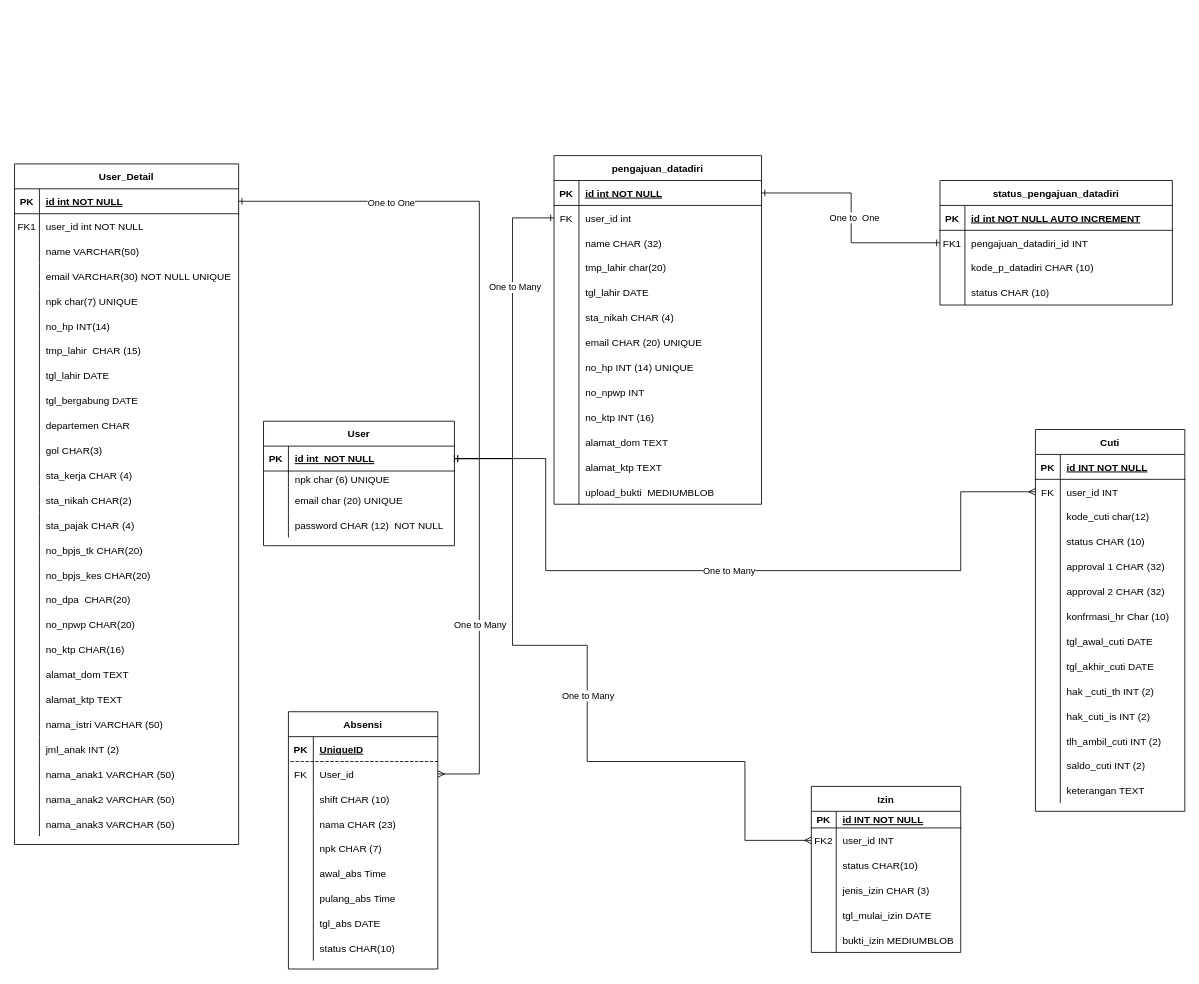
The draw.io diagram page "ERD" (1 of 6) of ERDS1AR/ERD S1AR.drawio in magang-aiia/ERD-Diagram, before the edit. Source tidied: cells renumbered, new cells numbered last; positions are measured from the earlier drawing's top-left corner, leaving out a move shared by most shapes. Both pictures are drawn from the tidied source at 83%, with x=0, y=0 at pixel (14, 155).
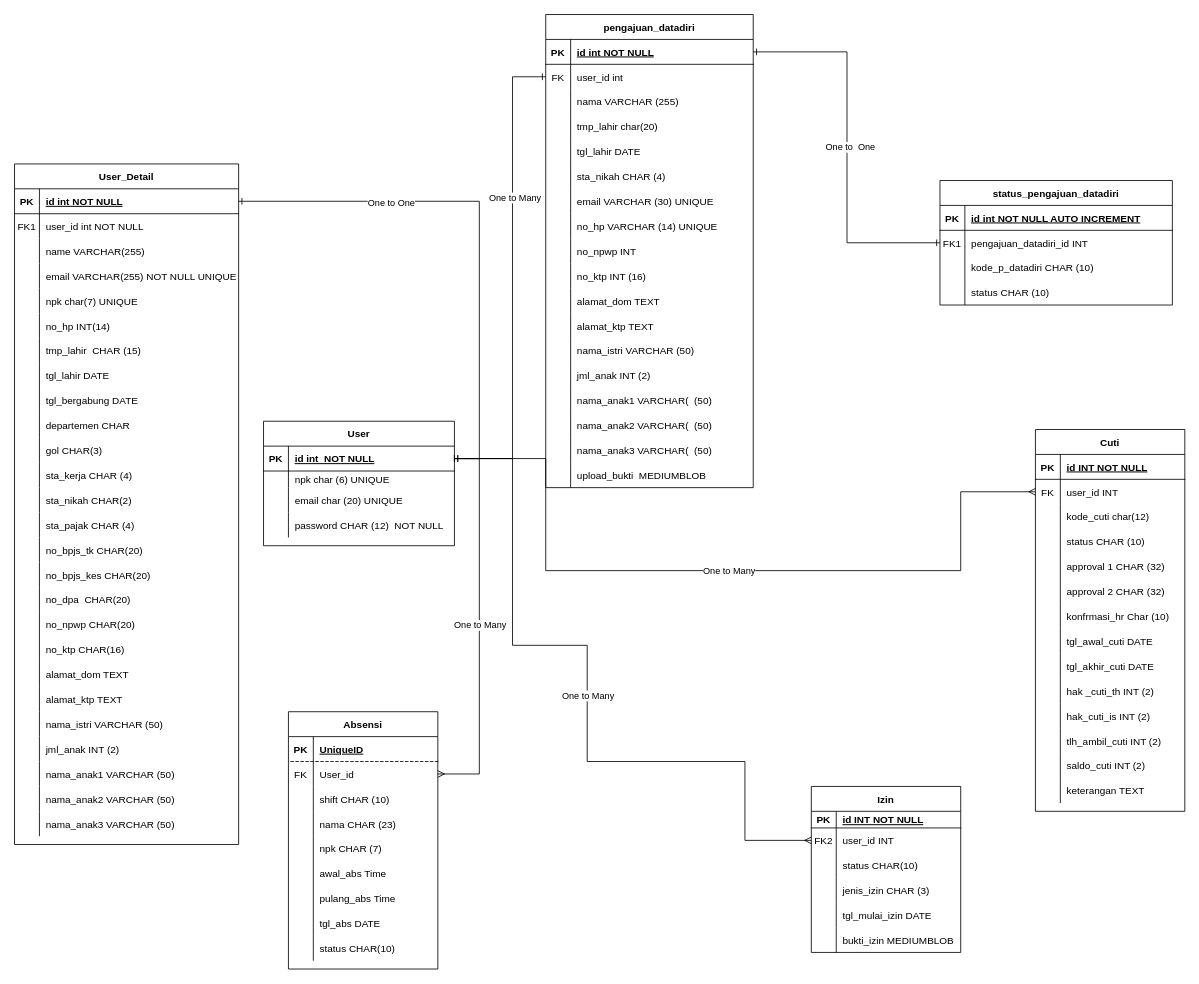
The same page after the edit.

Commit message:
penambahan data untuk form cuti ERD S1AR.drawio

The change refers to these unchanged cells:
```xml
<mxCell id="9" style="shape=partialRectangle;fillColor=none;top=0;left=0;right=0;bottom=0;" parent="2" vertex="1">
  <mxGeometry y="90" width="270" height="30" as="geometry" />
</mxCell>
<mxCell id="12" style="shape=partialRectangle;fillColor=none;top=0;left=0;right=0;bottom=0;" parent="2" vertex="1">
  <mxGeometry y="120" width="270" height="30" as="geometry" />
</mxCell>
<mxCell id="88" style="shape=partialRectangle;fillColor=none;top=0;left=0;right=0;bottom=0;" parent="81" vertex="1">
  <mxGeometry y="90" width="250" height="30" as="geometry" />
</mxCell>
<mxCell id="100" style="shape=partialRectangle;fillColor=none;top=0;left=0;right=0;bottom=0;" parent="81" vertex="1">
  <mxGeometry y="210" width="250" height="30" as="geometry" />
</mxCell>
<mxCell id="103" style="shape=partialRectangle;fillColor=none;top=0;left=0;right=0;bottom=0;" parent="81" vertex="1">
  <mxGeometry y="240" width="250" height="30" as="geometry" />
</mxCell>
```

Change to the diagram source:
```diff
@@
-    <mxCell id="11" value="name VARCHAR(50)" style="shape=partialRectangle;overflow=hidden;fillColor=none;top=0;left=0;bottom=0;right=0;align=left;spacingLeft=6;" parent="9" vertex="1">
+    <mxCell id="11" value="name VARCHAR(255)" style="shape=partialRectangle;overflow=hidden;fillColor=none;top=0;left=0;bottom=0;right=0;align=left;spacingLeft=6;" parent="9" vertex="1">
       <mxGeometry x="30" width="240" height="30" as="geometry" />
     </mxCell>
@@
-    <mxCell id="14" value="email VARCHAR(30) NOT NULL UNIQUE" style="shape=partialRectangle;overflow=hidden;fillColor=none;top=0;left=0;bottom=0;right=0;align=left;spacingLeft=6;" parent="12" vertex="1">
+    <mxCell id="14" value="email VARCHAR(255) NOT NULL UNIQUE" style="shape=partialRectangle;overflow=hidden;fillColor=none;top=0;left=0;bottom=0;right=0;align=left;spacingLeft=6;" parent="12" vertex="1">
       <mxGeometry x="30" width="240" height="30" as="geometry" />
     </mxCell>
@@
     <mxCell id="81" value="pengajuan_datadiri" style="shape=table;startSize=30;childLayout=tableLayout;rowLines=0;fontStyle=1;align=center;" parent="1" vertex="1">
-      <mxGeometry x="650" width="250" height="420" as="geometry" />
+      <mxGeometry x="640" y="-170" width="250" height="570" as="geometry" />
     </mxCell>
@@
-    <mxCell id="90" value="name CHAR (32)" style="shape=partialRectangle;overflow=hidden;fillColor=none;top=0;left=0;bottom=0;right=0;align=left;spacingLeft=6;" parent="88" vertex="1">
+    <mxCell id="90" value="nama VARCHAR (255)" style="shape=partialRectangle;overflow=hidden;fillColor=none;top=0;left=0;bottom=0;right=0;align=left;spacingLeft=6;" parent="88" vertex="1">
       <mxGeometry x="30" width="220" height="30" as="geometry" />
     </mxCell>
@@
-    <mxCell id="102" value="email CHAR (20) UNIQUE" style="shape=partialRectangle;overflow=hidden;fillColor=none;top=0;left=0;bottom=0;right=0;align=left;spacingLeft=6;" parent="100" vertex="1">
+    <mxCell id="102" value="email VARCHAR (30) UNIQUE" style="shape=partialRectangle;overflow=hidden;fillColor=none;top=0;left=0;bottom=0;right=0;align=left;spacingLeft=6;" parent="100" vertex="1">
       <mxGeometry x="30" width="220" height="30" as="geometry" />
     </mxCell>
@@
-    <mxCell id="105" value="no_hp INT (14) UNIQUE" style="shape=partialRectangle;overflow=hidden;fillColor=none;top=0;left=0;bottom=0;right=0;align=left;spacingLeft=6;" parent="103" vertex="1">
+    <mxCell id="105" value="no_hp VARCHAR (14) UNIQUE" style="shape=partialRectangle;overflow=hidden;fillColor=none;top=0;left=0;bottom=0;right=0;align=left;spacingLeft=6;" parent="103" vertex="1">
       <mxGeometry x="30" width="220" height="30" as="geometry" />
     </mxCell>
@@
+    <mxCell id="249" style="shape=partialRectangle;fillColor=none;top=0;left=0;right=0;bottom=0;" parent="81" vertex="1">
+      <mxGeometry y="390" width="250" height="30" as="geometry" />
+    </mxCell>
+    <mxCell id="250" style="shape=partialRectangle;overflow=hidden;fillColor=none;top=0;left=0;bottom=0;right=0;" parent="249" vertex="1">
+      <mxGeometry width="30" height="30" as="geometry" />
+    </mxCell>
+    <mxCell id="251" value="nama_istri VARCHAR (50)" style="shape=partialRectangle;overflow=hidden;fillColor=none;top=0;left=0;bottom=0;right=0;align=left;spacingLeft=6;" parent="249" vertex="1">
+      <mxGeometry x="30" width="220" height="30" as="geometry" />
+    </mxCell>
+    <mxCell id="252" style="shape=partialRectangle;fillColor=none;top=0;left=0;right=0;bottom=0;" parent="81" vertex="1">
+      <mxGeometry y="420" width="250" height="30" as="geometry" />
+    </mxCell>
+    <mxCell id="253" style="shape=partialRectangle;overflow=hidden;fillColor=none;top=0;left=0;bottom=0;right=0;" parent="252" vertex="1">
+      <mxGeometry width="30" height="30" as="geometry" />
+    </mxCell>
+    <mxCell id="254" value="jml_anak INT (2)" style="shape=partialRectangle;overflow=hidden;fillColor=none;top=0;left=0;bottom=0;right=0;align=left;spacingLeft=6;" parent="252" vertex="1">
+      <mxGeometry x="30" width="220" height="30" as="geometry" />
+    </mxCell>
+    <mxCell id="255" style="shape=partialRectangle;fillColor=none;top=0;left=0;right=0;bottom=0;" parent="81" vertex="1">
+      <mxGeometry y="450" width="250" height="30" as="geometry" />
+    </mxCell>
+    <mxCell id="256" style="shape=partialRectangle;overflow=hidden;fillColor=none;top=0;left=0;bottom=0;right=0;" parent="255" vertex="1">
+      <mxGeometry width="30" height="30" as="geometry" />
+    </mxCell>
+    <mxCell id="257" value="nama_anak1 VARCHAR(  (50)" style="shape=partialRectangle;overflow=hidden;fillColor=none;top=0;left=0;bottom=0;right=0;align=left;spacingLeft=6;fontStyle=0;" parent="255" vertex="1">
+      <mxGeometry x="30" width="220" height="30" as="geometry" />
+    </mxCell>
+    <mxCell id="258" style="shape=partialRectangle;fillColor=none;top=0;left=0;right=0;bottom=0;" parent="81" vertex="1">
+      <mxGeometry y="480" width="250" height="30" as="geometry" />
+    </mxCell>
+    <mxCell id="259" style="shape=partialRectangle;overflow=hidden;fillColor=none;top=0;left=0;bottom=0;right=0;" parent="258" vertex="1">
+      <mxGeometry width="30" height="30" as="geometry" />
+    </mxCell>
+    <mxCell id="260" value="nama_anak2 VARCHAR(  (50)" style="shape=partialRectangle;overflow=hidden;fillColor=none;top=0;left=0;bottom=0;right=0;align=left;spacingLeft=6;fontStyle=0;" parent="258" vertex="1">
+      <mxGeometry x="30" width="220" height="30" as="geometry" />
+    </mxCell>
+    <mxCell id="261" style="shape=partialRectangle;fillColor=none;top=0;left=0;right=0;bottom=0;" parent="81" vertex="1">
+      <mxGeometry y="510" width="250" height="30" as="geometry" />
+    </mxCell>
+    <mxCell id="262" style="shape=partialRectangle;overflow=hidden;fillColor=none;top=0;left=0;bottom=0;right=0;" parent="261" vertex="1">
+      <mxGeometry width="30" height="30" as="geometry" />
+    </mxCell>
+    <mxCell id="263" value="nama_anak3 VARCHAR(  (50)" style="shape=partialRectangle;overflow=hidden;fillColor=none;top=0;left=0;bottom=0;right=0;align=left;spacingLeft=6;fontStyle=0;" parent="261" vertex="1">
+      <mxGeometry x="30" width="220" height="30" as="geometry" />
+    </mxCell>
     <mxCell id="118" style="shape=partialRectangle;fillColor=none;top=0;left=0;right=0;bottom=0;" parent="81" vertex="1">
-      <mxGeometry y="390" width="250" height="30" as="geometry" />
+      <mxGeometry y="540" width="250" height="30" as="geometry" />
     </mxCell>
```
